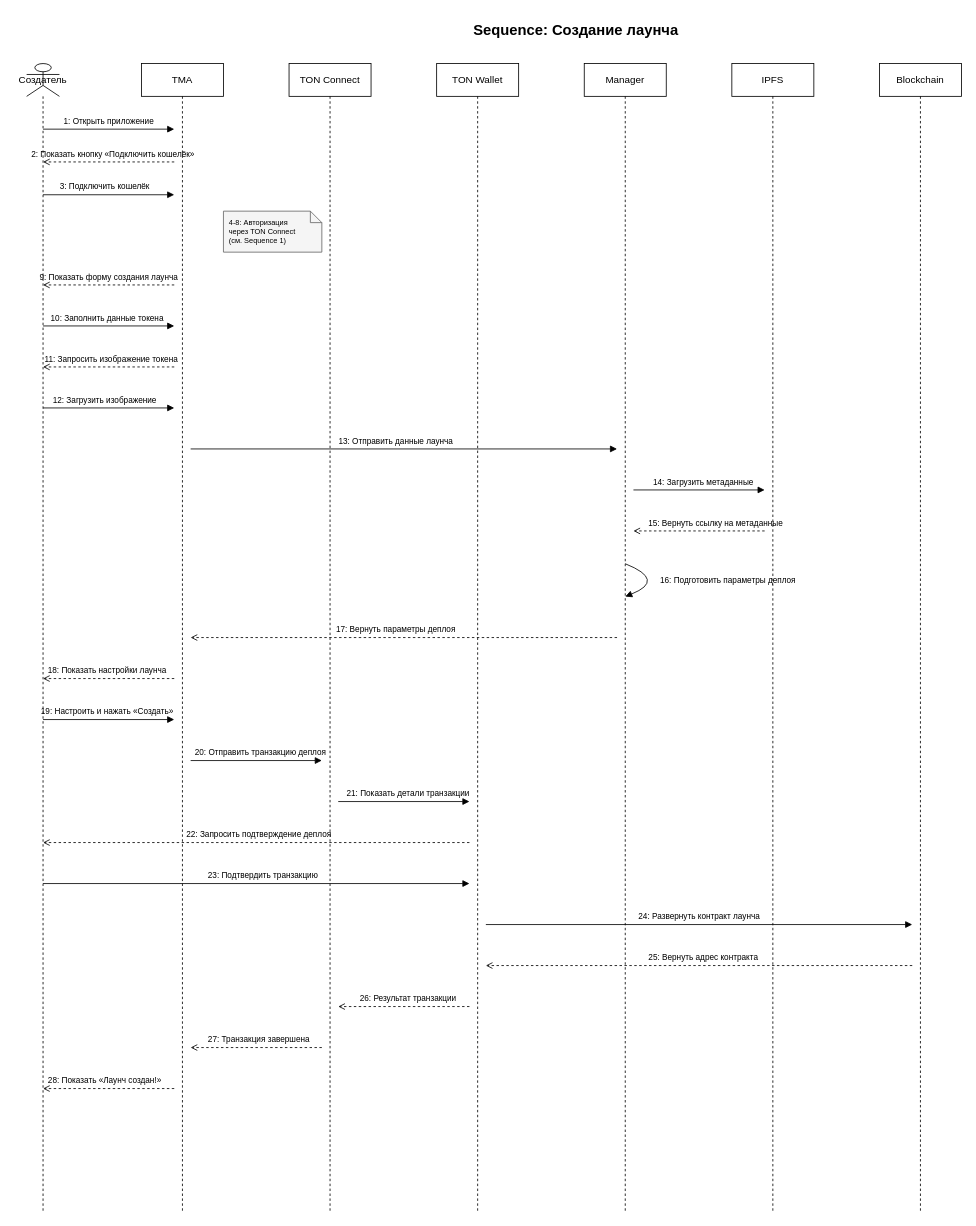
The draw.io diagram diagrams/uml-sequence/sequence2.drawio in dondarubin/system-engineering-playbook, before the edit. Source tidied: cells renumbered, new cells numbered last; positions are measured from the earlier drawing's top-left corner, leaving out a move shared by most shapes. Both pictures are drawn from the tidied source at 82%, with x=0, y=0 at pixel (26, 14).
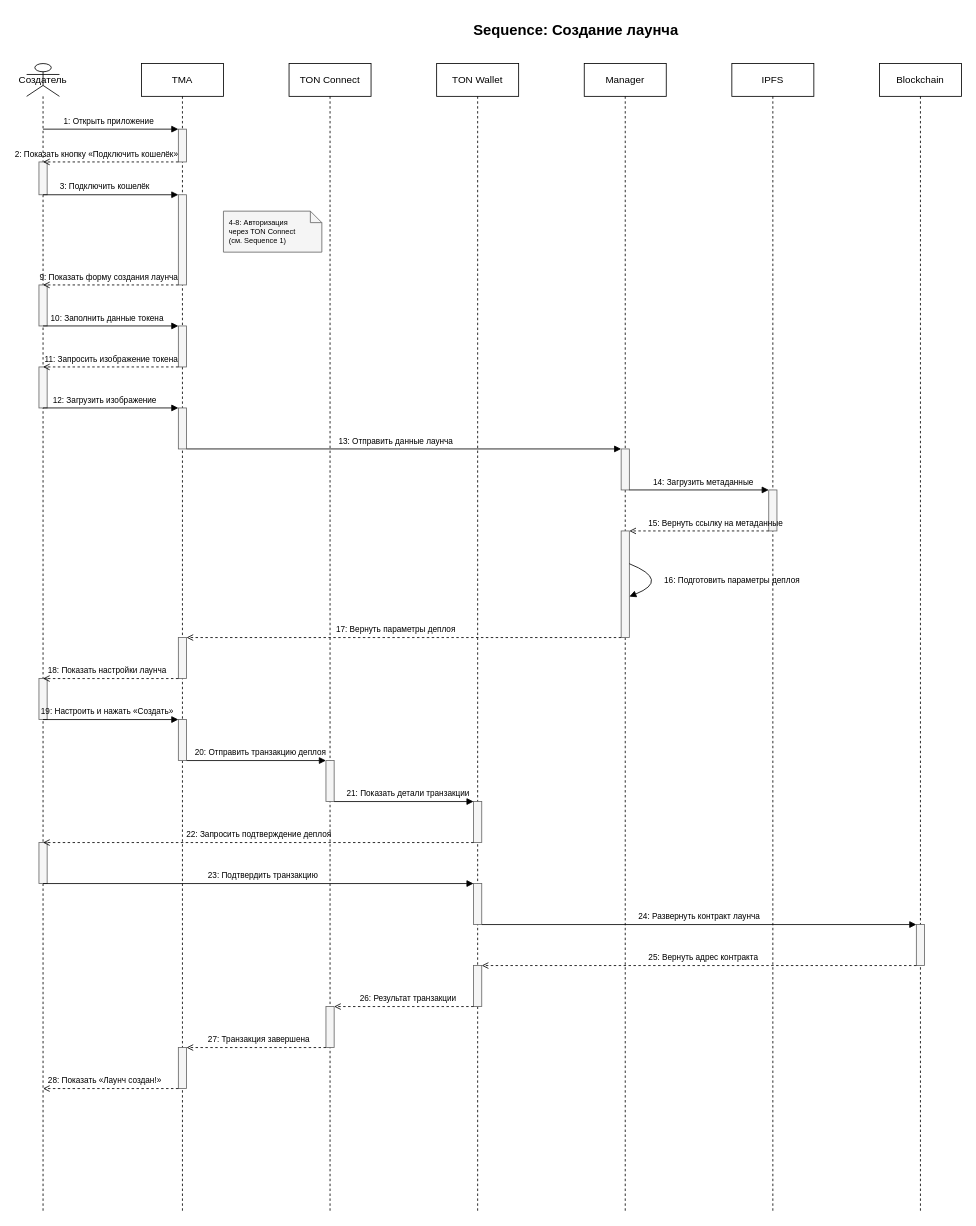
Above is the later version.

The change refers to these unchanged cells:
```xml
<mxCell id="3" value="Создатель" style="shape=umlLifeline;perimeter=lifelinePerimeter;whiteSpace=wrap;html=1;participant=umlActor;" parent="1" vertex="1">
  <mxGeometry y="60" width="40" height="1400" as="geometry" />
</mxCell>
<mxCell id="4" value="TMA" style="shape=umlLifeline;perimeter=lifelinePerimeter;whiteSpace=wrap;html=1;" parent="1" vertex="1">
  <mxGeometry x="140" y="60" width="100" height="1400" as="geometry" />
</mxCell>
<mxCell id="5" value="TON Connect" style="shape=umlLifeline;perimeter=lifelinePerimeter;whiteSpace=wrap;html=1;" parent="1" vertex="1">
  <mxGeometry x="320" y="60" width="100" height="1400" as="geometry" />
</mxCell>
<mxCell id="6" value="TON Wallet" style="shape=umlLifeline;perimeter=lifelinePerimeter;whiteSpace=wrap;html=1;" parent="1" vertex="1">
  <mxGeometry x="500" y="60" width="100" height="1400" as="geometry" />
</mxCell>
<mxCell id="7" value="Manager" style="shape=umlLifeline;perimeter=lifelinePerimeter;whiteSpace=wrap;html=1;" parent="1" vertex="1">
  <mxGeometry x="680" y="60" width="100" height="1400" as="geometry" />
</mxCell>
<mxCell id="8" value="IPFS" style="shape=umlLifeline;perimeter=lifelinePerimeter;whiteSpace=wrap;html=1;" parent="1" vertex="1">
  <mxGeometry x="860" y="60" width="100" height="1400" as="geometry" />
</mxCell>
<mxCell id="9" value="Blockchain" style="shape=umlLifeline;perimeter=lifelinePerimeter;whiteSpace=wrap;html=1;" parent="1" vertex="1">
  <mxGeometry x="1040" y="60" width="100" height="1400" as="geometry" />
</mxCell>
```

Diff of the diagram source:
```diff
@@
+    <mxCell id="57" style="rounded=0;whiteSpace=wrap;html=1;fillColor=#f5f5f5;strokeColor=#666666;" parent="3" vertex="1">
+      <mxGeometry x="15" y="120" width="10" height="40" as="geometry" />
+    </mxCell>
+    <mxCell id="58" style="rounded=0;whiteSpace=wrap;html=1;fillColor=#f5f5f5;strokeColor=#666666;" parent="3" vertex="1">
+      <mxGeometry x="15" y="950" width="10" height="50" as="geometry" />
+    </mxCell>
+    <mxCell id="59" style="rounded=0;whiteSpace=wrap;html=1;fillColor=#f5f5f5;strokeColor=#666666;" parent="3" vertex="1">
+      <mxGeometry x="15" y="270" width="10" height="50" as="geometry" />
+    </mxCell>
+    <mxCell id="60" style="rounded=0;whiteSpace=wrap;html=1;fillColor=#f5f5f5;strokeColor=#666666;" parent="3" vertex="1">
+      <mxGeometry x="15" y="370" width="10" height="50" as="geometry" />
+    </mxCell>
+    <mxCell id="61" style="rounded=0;whiteSpace=wrap;html=1;fillColor=#f5f5f5;strokeColor=#666666;" parent="3" vertex="1">
+      <mxGeometry x="15" y="750" width="10" height="50" as="geometry" />
+    </mxCell>
@@
+    <mxCell id="62" style="rounded=0;whiteSpace=wrap;html=1;fillColor=#f5f5f5;strokeColor=#666666;" parent="4" vertex="1">
+      <mxGeometry x="45" y="80" width="10" height="40" as="geometry" />
+    </mxCell>
+    <mxCell id="63" style="rounded=0;whiteSpace=wrap;html=1;fillColor=#f5f5f5;strokeColor=#666666;" parent="4" vertex="1">
+      <mxGeometry x="45" y="700" width="10" height="50" as="geometry" />
+    </mxCell>
+    <mxCell id="64" style="rounded=0;whiteSpace=wrap;html=1;fillColor=#f5f5f5;strokeColor=#666666;" parent="4" vertex="1">
+      <mxGeometry x="45" y="800" width="10" height="50" as="geometry" />
+    </mxCell>
+    <mxCell id="65" style="rounded=0;whiteSpace=wrap;html=1;fillColor=#f5f5f5;strokeColor=#666666;" parent="4" vertex="1">
+      <mxGeometry x="45" y="1200" width="10" height="50" as="geometry" />
+    </mxCell>
+    <mxCell id="66" style="rounded=0;whiteSpace=wrap;html=1;fillColor=#f5f5f5;strokeColor=#666666;" parent="4" vertex="1">
+      <mxGeometry x="45" y="160" width="10" height="110" as="geometry" />
+    </mxCell>
+    <mxCell id="67" style="rounded=0;whiteSpace=wrap;html=1;fillColor=#f5f5f5;strokeColor=#666666;" parent="4" vertex="1">
+      <mxGeometry x="45" y="320" width="10" height="50" as="geometry" />
+    </mxCell>
+    <mxCell id="68" style="rounded=0;whiteSpace=wrap;html=1;fillColor=#f5f5f5;strokeColor=#666666;" parent="4" vertex="1">
+      <mxGeometry x="45" y="420" width="10" height="50" as="geometry" />
+    </mxCell>
@@
+    <mxCell id="69" style="rounded=0;whiteSpace=wrap;html=1;fillColor=#f5f5f5;strokeColor=#666666;" parent="5" vertex="1">
+      <mxGeometry x="45" y="850" width="10" height="50" as="geometry" />
+    </mxCell>
+    <mxCell id="70" style="rounded=0;whiteSpace=wrap;html=1;fillColor=#f5f5f5;strokeColor=#666666;" parent="5" vertex="1">
+      <mxGeometry x="45" y="1150" width="10" height="50" as="geometry" />
+    </mxCell>
@@
+    <mxCell id="71" style="rounded=0;whiteSpace=wrap;html=1;fillColor=#f5f5f5;strokeColor=#666666;" parent="6" vertex="1">
+      <mxGeometry x="45" y="900" width="10" height="50" as="geometry" />
+    </mxCell>
+    <mxCell id="72" style="rounded=0;whiteSpace=wrap;html=1;fillColor=#f5f5f5;strokeColor=#666666;" parent="6" vertex="1">
+      <mxGeometry x="45" y="1100" width="10" height="50" as="geometry" />
+    </mxCell>
+    <mxCell id="73" style="rounded=0;whiteSpace=wrap;html=1;fillColor=#f5f5f5;strokeColor=#666666;" parent="6" vertex="1">
+      <mxGeometry x="45" y="1000" width="10" height="50" as="geometry" />
+    </mxCell>
@@
+    <mxCell id="74" style="rounded=0;whiteSpace=wrap;html=1;fillColor=#f5f5f5;strokeColor=#666666;" parent="7" vertex="1">
+      <mxGeometry x="45" y="470" width="10" height="50" as="geometry" />
+    </mxCell>
+    <mxCell id="75" style="rounded=0;whiteSpace=wrap;html=1;fillColor=#f5f5f5;strokeColor=#666666;" parent="7" vertex="1">
+      <mxGeometry x="45" y="570" width="10" height="130" as="geometry" />
+    </mxCell>
@@
+    <mxCell id="76" style="rounded=0;whiteSpace=wrap;html=1;fillColor=#f5f5f5;strokeColor=#666666;" parent="8" vertex="1">
+      <mxGeometry x="45" y="520" width="10" height="50" as="geometry" />
+    </mxCell>
@@
+    <mxCell id="77" style="rounded=0;whiteSpace=wrap;html=1;fillColor=#f5f5f5;strokeColor=#666666;" parent="9" vertex="1">
+      <mxGeometry x="45" y="1050" width="10" height="50" as="geometry" />
+    </mxCell>
     <mxCell id="10" style="html=1;verticalAlign=bottom;endArrow=block;rounded=0;" parent="1" edge="1">
       <mxGeometry relative="1" as="geometry">
         <mxPoint x="20" y="140" as="sourcePoint" />
-        <mxPoint x="180" y="140" as="targetPoint" />
+        <mxPoint x="185" y="140" as="targetPoint" />
       </mxGeometry>
     </mxCell>
@@
     <mxCell id="12" style="html=1;verticalAlign=bottom;endArrow=open;dashed=1;rounded=0;" parent="1" edge="1">
       <mxGeometry relative="1" as="geometry">
-        <mxPoint x="180" y="180" as="sourcePoint" />
+        <mxPoint x="185" y="180" as="sourcePoint" />
         <mxPoint x="20" y="180" as="targetPoint" />
       </mxGeometry>
     </mxCell>
     <mxCell id="13" value="2: Показать кнопку «Подключить кошелёк»" style="text;html=1;align=center;verticalAlign=middle;fontSize=10;" parent="1" vertex="1">
-      <mxGeometry x="5" y="160" width="200" height="20" as="geometry" />
+      <mxGeometry x="-15" y="160" width="200" height="20" as="geometry" />
     </mxCell>
     <mxCell id="14" style="html=1;verticalAlign=bottom;endArrow=block;rounded=0;" parent="1" edge="1">
       <mxGeometry relative="1" as="geometry">
         <mxPoint x="20" y="220" as="sourcePoint" />
-        <mxPoint x="180" y="220" as="targetPoint" />
+        <mxPoint x="185" y="220" as="targetPoint" />
       </mxGeometry>
     </mxCell>
@@
     <mxCell id="17" style="html=1;verticalAlign=bottom;endArrow=open;dashed=1;rounded=0;" parent="1" edge="1">
       <mxGeometry relative="1" as="geometry">
-        <mxPoint x="180" y="330" as="sourcePoint" />
+        <mxPoint x="185" y="330" as="sourcePoint" />
         <mxPoint x="20" y="330" as="targetPoint" />
       </mxGeometry>
     </mxCell>
@@
     <mxCell id="19" style="html=1;verticalAlign=bottom;endArrow=block;rounded=0;" parent="1" edge="1">
       <mxGeometry relative="1" as="geometry">
         <mxPoint x="20" y="380" as="sourcePoint" />
-        <mxPoint x="180" y="380" as="targetPoint" />
+        <mxPoint x="185" y="380" as="targetPoint" />
       </mxGeometry>
     </mxCell>
@@
     <mxCell id="21" style="html=1;verticalAlign=bottom;endArrow=open;dashed=1;rounded=0;" parent="1" edge="1">
       <mxGeometry relative="1" as="geometry">
-        <mxPoint x="180" y="430" as="sourcePoint" />
+        <mxPoint x="185" y="430" as="sourcePoint" />
         <mxPoint x="20" y="430" as="targetPoint" />
       </mxGeometry>
     </mxCell>
@@
     <mxCell id="23" style="html=1;verticalAlign=bottom;endArrow=block;rounded=0;" parent="1" edge="1">
       <mxGeometry relative="1" as="geometry">
         <mxPoint x="20" y="480" as="sourcePoint" />
-        <mxPoint x="180" y="480" as="targetPoint" />
+        <mxPoint x="185" y="480" as="targetPoint" />
       </mxGeometry>
     </mxCell>
@@
     <mxCell id="25" style="html=1;verticalAlign=bottom;endArrow=block;rounded=0;" parent="1" edge="1">
       <mxGeometry relative="1" as="geometry">
-        <mxPoint x="200" y="530" as="sourcePoint" />
-        <mxPoint x="720" y="530" as="targetPoint" />
+        <mxPoint x="195" y="530" as="sourcePoint" />
+        <mxPoint x="725" y="530" as="targetPoint" />
       </mxGeometry>
     </mxCell>
@@
     <mxCell id="27" style="html=1;verticalAlign=bottom;endArrow=block;rounded=0;" parent="1" edge="1">
       <mxGeometry relative="1" as="geometry">
-        <mxPoint x="740" y="580" as="sourcePoint" />
-        <mxPoint x="900" y="580" as="targetPoint" />
+        <mxPoint x="735" y="580" as="sourcePoint" />
+        <mxPoint x="905" y="580" as="targetPoint" />
       </mxGeometry>
     </mxCell>
@@
     <mxCell id="29" style="html=1;verticalAlign=bottom;endArrow=open;dashed=1;rounded=0;" parent="1" edge="1">
       <mxGeometry relative="1" as="geometry">
-        <mxPoint x="900" y="630" as="sourcePoint" />
-        <mxPoint x="740" y="630" as="targetPoint" />
+        <mxPoint x="905" y="630" as="sourcePoint" />
+        <mxPoint x="735" y="630" as="targetPoint" />
       </mxGeometry>
     </mxCell>
@@
     <mxCell id="31" style="html=1;verticalAlign=bottom;endArrow=block;rounded=0;curved=1;" parent="1" edge="1">
       <mxGeometry relative="1" as="geometry">
-        <mxPoint x="730" y="670" as="sourcePoint" />
-        <mxPoint x="730" y="710" as="targetPoint" />
+        <mxPoint x="735" y="670" as="sourcePoint" />
+        <mxPoint x="735" y="710" as="targetPoint" />
         <Array as="points">
-          <mxPoint x="780" y="690" />
+          <mxPoint x="785" y="690" />
         </Array>
       </mxGeometry>
     </mxCell>
     <mxCell id="32" value="16: Подготовить параметры деплоя" style="text;html=1;align=center;verticalAlign=middle;fontSize=10;" parent="1" vertex="1">
-      <mxGeometry x="770" y="680" width="170" height="20" as="geometry" />
+      <mxGeometry x="775" y="680" width="170" height="20" as="geometry" />
     </mxCell>
     <mxCell id="33" style="html=1;verticalAlign=bottom;endArrow=open;dashed=1;rounded=0;" parent="1" edge="1">
       <mxGeometry relative="1" as="geometry">
-        <mxPoint x="720" y="760" as="sourcePoint" />
-        <mxPoint x="200" y="760" as="targetPoint" />
+        <mxPoint x="725" y="760" as="sourcePoint" />
+        <mxPoint x="195" y="760" as="targetPoint" />
       </mxGeometry>
     </mxCell>
@@
     <mxCell id="35" style="html=1;verticalAlign=bottom;endArrow=open;dashed=1;rounded=0;" parent="1" edge="1">
       <mxGeometry relative="1" as="geometry">
-        <mxPoint x="180" y="810" as="sourcePoint" />
+        <mxPoint x="185" y="810" as="sourcePoint" />
         <mxPoint x="20" y="810" as="targetPoint" />
       </mxGeometry>
     </mxCell>
@@
     <mxCell id="37" style="html=1;verticalAlign=bottom;endArrow=block;rounded=0;" parent="1" edge="1">
       <mxGeometry relative="1" as="geometry">
         <mxPoint x="20" y="860" as="sourcePoint" />
-        <mxPoint x="180" y="860" as="targetPoint" />
+        <mxPoint x="185" y="860" as="targetPoint" />
       </mxGeometry>
     </mxCell>
@@
     <mxCell id="39" style="html=1;verticalAlign=bottom;endArrow=block;rounded=0;" parent="1" edge="1">
       <mxGeometry relative="1" as="geometry">
-        <mxPoint x="200" y="910" as="sourcePoint" />
-        <mxPoint x="360" y="910" as="targetPoint" />
+        <mxPoint x="195" y="910" as="sourcePoint" />
+        <mxPoint x="365" y="910" as="targetPoint" />
       </mxGeometry>
     </mxCell>
@@
     <mxCell id="41" style="html=1;verticalAlign=bottom;endArrow=block;rounded=0;" parent="1" edge="1">
       <mxGeometry relative="1" as="geometry">
-        <mxPoint x="380" y="960" as="sourcePoint" />
-        <mxPoint x="540" y="960" as="targetPoint" />
+        <mxPoint x="375" y="960" as="sourcePoint" />
+        <mxPoint x="545" y="960" as="targetPoint" />
       </mxGeometry>
     </mxCell>
@@
     <mxCell id="43" style="html=1;verticalAlign=bottom;endArrow=open;dashed=1;rounded=0;" parent="1" edge="1">
       <mxGeometry relative="1" as="geometry">
-        <mxPoint x="540" y="1010" as="sourcePoint" />
+        <mxPoint x="545" y="1010" as="sourcePoint" />
         <mxPoint x="20" y="1010" as="targetPoint" />
       </mxGeometry>
     </mxCell>
@@
     <mxCell id="45" style="html=1;verticalAlign=bottom;endArrow=block;rounded=0;" parent="1" edge="1">
       <mxGeometry relative="1" as="geometry">
         <mxPoint x="20" y="1060" as="sourcePoint" />
-        <mxPoint x="540" y="1060" as="targetPoint" />
+        <mxPoint x="545" y="1060" as="targetPoint" />
       </mxGeometry>
     </mxCell>
@@
     <mxCell id="47" style="html=1;verticalAlign=bottom;endArrow=block;rounded=0;" parent="1" edge="1">
       <mxGeometry relative="1" as="geometry">
-        <mxPoint x="560" y="1110" as="sourcePoint" />
-        <mxPoint x="1080" y="1110" as="targetPoint" />
+        <mxPoint x="555" y="1110" as="sourcePoint" />
+        <mxPoint x="1085" y="1110" as="targetPoint" />
       </mxGeometry>
     </mxCell>
@@
     <mxCell id="49" style="html=1;verticalAlign=bottom;endArrow=open;dashed=1;rounded=0;" parent="1" edge="1">
       <mxGeometry relative="1" as="geometry">
-        <mxPoint x="1080" y="1160" as="sourcePoint" />
-        <mxPoint x="560" y="1160" as="targetPoint" />
+        <mxPoint x="1085" y="1160" as="sourcePoint" />
+        <mxPoint x="555" y="1160" as="targetPoint" />
       </mxGeometry>
     </mxCell>
@@
     <mxCell id="51" style="html=1;verticalAlign=bottom;endArrow=open;dashed=1;rounded=0;" parent="1" edge="1">
       <mxGeometry relative="1" as="geometry">
-        <mxPoint x="540" y="1210" as="sourcePoint" />
-        <mxPoint x="380" y="1210" as="targetPoint" />
+        <mxPoint x="545" y="1210" as="sourcePoint" />
+        <mxPoint x="375" y="1210" as="targetPoint" />
       </mxGeometry>
     </mxCell>
@@
     <mxCell id="53" style="html=1;verticalAlign=bottom;endArrow=open;dashed=1;rounded=0;" parent="1" edge="1">
       <mxGeometry relative="1" as="geometry">
-        <mxPoint x="360" y="1260" as="sourcePoint" />
-        <mxPoint x="200" y="1260" as="targetPoint" />
+        <mxPoint x="365" y="1260" as="sourcePoint" />
+        <mxPoint x="195" y="1260" as="targetPoint" />
       </mxGeometry>
     </mxCell>
@@
     <mxCell id="55" style="html=1;verticalAlign=bottom;endArrow=open;dashed=1;rounded=0;" parent="1" edge="1">
       <mxGeometry relative="1" as="geometry">
-        <mxPoint x="180" y="1310" as="sourcePoint" />
+        <mxPoint x="185" y="1310" as="sourcePoint" />
         <mxPoint x="20" y="1310" as="targetPoint" />
       </mxGeometry>
     </mxCell>
```
